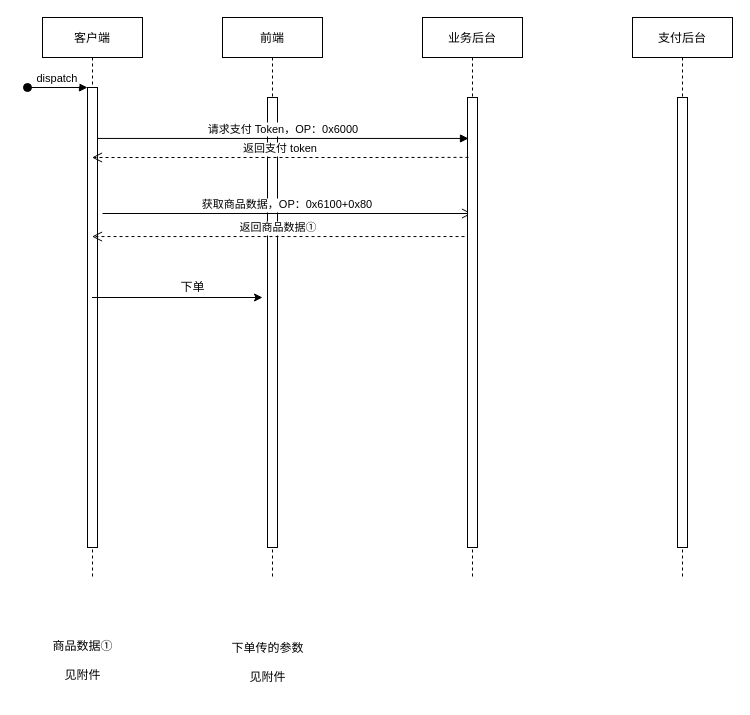
This is Pong充值金币流程.drawio from innovatorCL/DiagramsRepo, a draw.io file, before an edit. Source tidied: cells renumbered, new cells numbered last; positions are measured from the earlier drawing's top-left corner, leaving out a move shared by most shapes. Both pictures are drawn from the tidied source at 100%, with x=0, y=0 at pixel (27, 17).
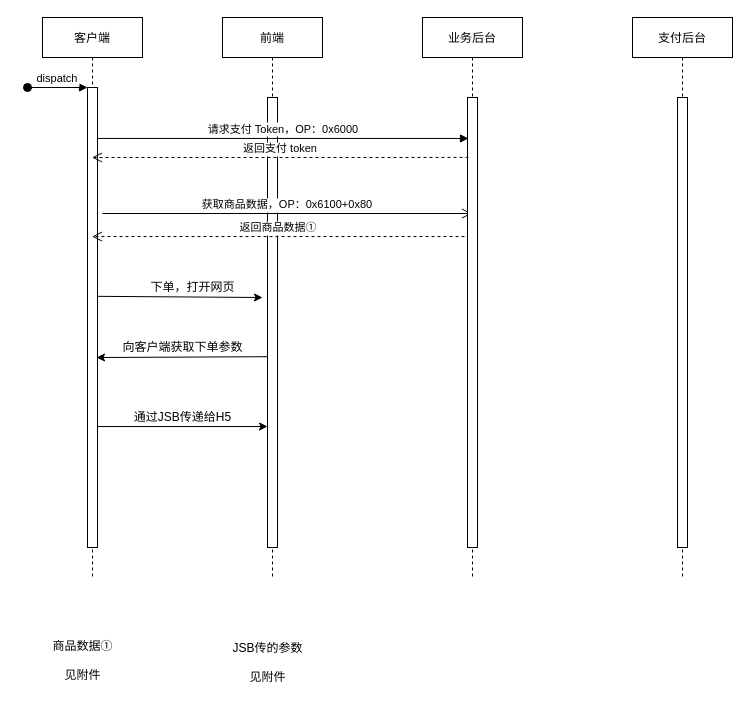
The same page after the edit.

Commit message (it also covers changes not shown here):
Update Pong充值金币流程.drawio

Unchanged cells that the change refers to:
```xml
<mxCell id="2" value="客户端" style="shape=umlLifeline;perimeter=lifelinePerimeter;rounded=0;shadow=0;strokeWidth=1;" parent="1" vertex="1">
  <mxGeometry x="15" width="100" height="560" as="geometry" />
</mxCell>
<mxCell id="3" style="points=[];perimeter=orthogonalPerimeter;rounded=0;shadow=0;strokeWidth=1;" parent="2" vertex="1">
  <mxGeometry x="45" y="70" width="10" height="460" as="geometry" />
</mxCell>
<mxCell id="6" style="points=[];perimeter=orthogonalPerimeter;rounded=0;shadow=0;strokeWidth=1;" parent="5" vertex="1">
  <mxGeometry x="45" y="80" width="10" height="450" as="geometry" />
</mxCell>
```

Diff of the diagram source:
```diff
@@
-    <mxCell id="16" style="endArrow=classic;html=1;rounded=0;" parent="1" edge="1" source="2">
+    <mxCell id="16" style="endArrow=classic;html=1;rounded=0;exitX=1;exitY=0.454;exitDx=0;exitDy=0;exitPerimeter=0;" parent="1" edge="1" source="3">
       <mxGeometry relative="1" as="geometry">
         <mxPoint x="235" y="280" as="targetPoint" />
-        <Array as="points">
-          <mxPoint x="65" y="280" />
-        </Array>
       </mxGeometry>
     </mxCell>
-    <mxCell id="17" value="下单" style="text;html=1;align=center;verticalAlign=middle;strokeColor=none;fillColor=none;" parent="1" vertex="1">
-      <mxGeometry x="145" y="260" width="40" height="20" as="geometry" />
+    <mxCell id="17" value="下单，打开网页" style="text;html=1;align=center;verticalAlign=middle;strokeColor=none;fillColor=none;" parent="1" vertex="1">
+      <mxGeometry x="115" y="260" width="100" height="20" as="geometry" />
     </mxCell>
-    <mxCell id="18" value="下单传的参数&lt;br&gt;&lt;br&gt;见附件" style="text;html=1;align=center;verticalAlign=middle;strokeColor=none;fillColor=none;" parent="1" vertex="1">
+    <mxCell id="18" value="JSB传的参数&lt;br&gt;&lt;br&gt;见附件" style="text;html=1;align=center;verticalAlign=middle;strokeColor=none;fillColor=none;" parent="1" vertex="1">
       <mxGeometry x="195" y="620" width="90" height="50" as="geometry" />
     </mxCell>
+    <mxCell id="19" style="endArrow=classic;html=1;rounded=0;entryX=0.9;entryY=0.587;entryDx=0;entryDy=0;entryPerimeter=0;exitX=0;exitY=0.576;exitDx=0;exitDy=0;exitPerimeter=0;" parent="1" edge="1" source="6" target="3">
+      <mxGeometry relative="1" as="geometry" />
+    </mxCell>
+    <mxCell id="20" value="向客户端获取下单参数" style="text;html=1;align=center;verticalAlign=middle;strokeColor=none;fillColor=none;" parent="1" vertex="1">
+      <mxGeometry x="85" y="320" width="140" height="20" as="geometry" />
+    </mxCell>
+    <mxCell id="21" value="通过JSB传递给H5" style="text;html=1;align=center;verticalAlign=middle;strokeColor=none;fillColor=none;" parent="1" vertex="1">
+      <mxGeometry x="100" y="390" width="110" height="20" as="geometry" />
+    </mxCell>
+    <mxCell id="22" style="endArrow=classic;html=1;rounded=0;exitX=1;exitY=0.737;exitDx=0;exitDy=0;exitPerimeter=0;" parent="1" edge="1" source="3" target="6">
+      <mxGeometry relative="1" as="geometry" />
+    </mxCell>
```
